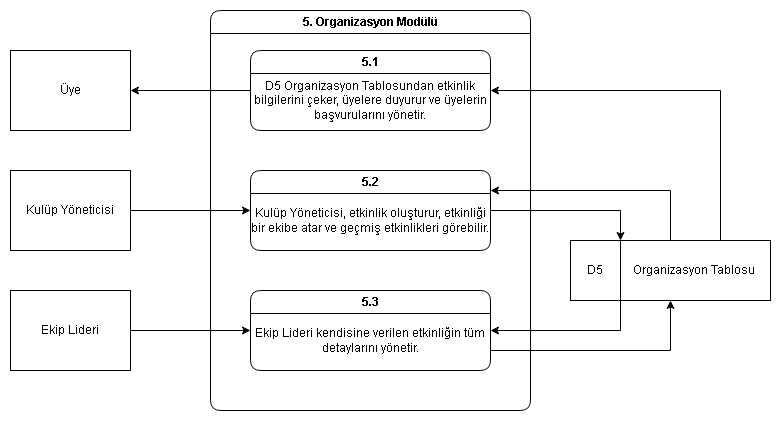
The draw.io diagram diagrams/vad2/vad2.5.drawio.png in furkanvka/Club-management-system, before a commit. Source tidied: cells renumbered, new cells last; positions are measured from the earlier drawing's top-left corner, leaving out a move shared by most shapes. The source it was exported from:
```xml
<mxGraphModel>
  <root>
    <mxCell id="0" />
    <mxCell id="1" parent="0" />
    <mxCell id="2" value="&lt;span&gt;5. Organizasyon Modülü&lt;/span&gt;" style="swimlane;whiteSpace=wrap;html=1;rounded=1;" parent="1" vertex="1">
      <mxGeometry x="200" width="320" height="400" as="geometry" />
    </mxCell>
    <mxCell id="3" value="5.2" style="swimlane;whiteSpace=wrap;html=1;rounded=1;" parent="2" vertex="1">
      <mxGeometry x="40" y="160" width="240" height="80" as="geometry" />
    </mxCell>
    <mxCell id="4" value="5.3" style="swimlane;whiteSpace=wrap;html=1;rounded=1;" parent="2" vertex="1">
      <mxGeometry x="40" y="280" width="240" height="80" as="geometry" />
    </mxCell>
    <mxCell id="5" value="D5 Organizasyon Tablosundan etkinlik bilgilerini çeker, üyelere duyurur ve üyelerin başvurularını yönetir." style="text;html=1;whiteSpace=wrap;strokeColor=none;fillColor=none;align=center;verticalAlign=middle;rounded=0;" parent="2" vertex="1">
      <mxGeometry x="40" y="60" width="240" height="60" as="geometry" />
    </mxCell>
    <mxCell id="6" value="5.1" style="swimlane;whiteSpace=wrap;html=1;rounded=1;" parent="2" vertex="1">
      <mxGeometry x="40" y="40" width="240" height="80" as="geometry" />
    </mxCell>
    <mxCell id="7" style="edgeStyle=orthogonalEdgeStyle;rounded=0;jettySize=auto;html=1;exitX=0.75;exitY=0;exitDx=0;exitDy=0;entryX=1;entryY=0.5;entryDx=0;entryDy=0;" parent="1" edge="1" source="9" target="6">
      <mxGeometry relative="1" as="geometry" />
    </mxCell>
    <mxCell id="8" style="edgeStyle=orthogonalEdgeStyle;rounded=0;jettySize=auto;html=1;exitX=0.5;exitY=0;exitDx=0;exitDy=0;entryX=1;entryY=0.25;entryDx=0;entryDy=0;" parent="1" edge="1" source="9" target="3">
      <mxGeometry relative="1" as="geometry" />
    </mxCell>
    <mxCell id="9" value="&lt;span style=&quot;white-space: pre;&quot;&gt;&#9;&lt;span style=&quot;white-space: pre;&quot;&gt;&#9;&lt;/span&gt;&lt;/span&gt;Organizasyon Tablosu" style="rounded=0;whiteSpace=wrap;html=1;" parent="1" vertex="1">
      <mxGeometry x="560" y="230" width="200" height="60" as="geometry" />
    </mxCell>
    <mxCell id="10" style="endArrow=none;html=1;rounded=0;entryX=0.25;entryY=0;entryDx=0;entryDy=0;exitX=0.25;exitY=1;exitDx=0;exitDy=0;" parent="1" edge="1" source="9" target="9">
      <mxGeometry relative="1" as="geometry" />
    </mxCell>
    <mxCell id="11" style="edgeStyle=orthogonalEdgeStyle;rounded=0;jettySize=auto;html=1;exitX=1;exitY=1;exitDx=0;exitDy=0;entryX=1;entryY=0.5;entryDx=0;entryDy=0;" parent="1" edge="1" source="12" target="4">
      <mxGeometry relative="1" as="geometry" />
    </mxCell>
    <mxCell id="12" value="D5" style="text;html=1;whiteSpace=wrap;strokeColor=none;fillColor=none;align=center;verticalAlign=middle;rounded=0;" parent="1" vertex="1">
      <mxGeometry x="560" y="230" width="50" height="60" as="geometry" />
    </mxCell>
    <mxCell id="13" style="edgeStyle=orthogonalEdgeStyle;rounded=0;jettySize=auto;html=1;exitX=1;exitY=0.5;exitDx=0;exitDy=0;entryX=0;entryY=0.5;entryDx=0;entryDy=0;" parent="1" edge="1" source="14" target="3">
      <mxGeometry relative="1" as="geometry" />
    </mxCell>
    <mxCell id="14" value="Kulüp Yöneticisi" style="rounded=0;whiteSpace=wrap;html=1;" parent="1" vertex="1">
      <mxGeometry y="160" width="120" height="80" as="geometry" />
    </mxCell>
    <mxCell id="15" style="edgeStyle=orthogonalEdgeStyle;rounded=0;jettySize=auto;html=1;exitX=1;exitY=0.5;exitDx=0;exitDy=0;entryX=0;entryY=0.5;entryDx=0;entryDy=0;" parent="1" edge="1" source="16" target="4">
      <mxGeometry relative="1" as="geometry" />
    </mxCell>
    <mxCell id="16" value="Ekip Lideri" style="rounded=0;whiteSpace=wrap;html=1;" parent="1" vertex="1">
      <mxGeometry y="280" width="120" height="80" as="geometry" />
    </mxCell>
    <mxCell id="17" value="Üye" style="rounded=0;whiteSpace=wrap;html=1;" parent="1" vertex="1">
      <mxGeometry y="40" width="120" height="80" as="geometry" />
    </mxCell>
    <mxCell id="18" value="Kulüp Yöneticisi, etkinlik oluşturur, etkinliği bir ekibe atar ve geçmiş etkinlikleri görebilir." style="text;html=1;whiteSpace=wrap;strokeColor=none;fillColor=none;align=center;verticalAlign=middle;rounded=0;" parent="1" vertex="1">
      <mxGeometry x="240" y="180" width="240" height="60" as="geometry" />
    </mxCell>
    <mxCell id="19" value="Ekip Lideri kendisine verilen etkinliğin tüm detaylarını yönetir." style="text;html=1;whiteSpace=wrap;strokeColor=none;fillColor=none;align=center;verticalAlign=middle;rounded=0;" parent="1" vertex="1">
      <mxGeometry x="240" y="300" width="240" height="60" as="geometry" />
    </mxCell>
    <mxCell id="20" style="edgeStyle=orthogonalEdgeStyle;rounded=0;jettySize=auto;html=1;exitX=0;exitY=0.5;exitDx=0;exitDy=0;entryX=1;entryY=0.5;entryDx=0;entryDy=0;" parent="1" edge="1" source="6" target="17">
      <mxGeometry relative="1" as="geometry" />
    </mxCell>
    <mxCell id="21" style="edgeStyle=orthogonalEdgeStyle;rounded=0;jettySize=auto;html=1;exitX=1;exitY=0.5;exitDx=0;exitDy=0;entryX=0.25;entryY=0;entryDx=0;entryDy=0;" parent="1" edge="1" source="3" target="9">
      <mxGeometry relative="1" as="geometry" />
    </mxCell>
    <mxCell id="22" style="edgeStyle=orthogonalEdgeStyle;rounded=0;jettySize=auto;html=1;exitX=1;exitY=0.75;exitDx=0;exitDy=0;entryX=0.5;entryY=1;entryDx=0;entryDy=0;" parent="1" edge="1" source="4" target="9">
      <mxGeometry relative="1" as="geometry" />
    </mxCell>
  </root>
</mxGraphModel>
```
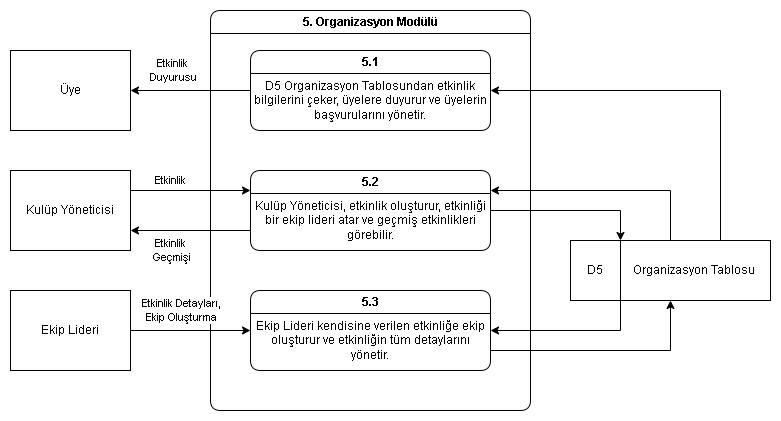
After the commit.

Change to the diagram source:
```diff
@@ -35,35 +35,58 @@
     <mxCell id="12" value="D5" style="text;html=1;whiteSpace=wrap;strokeColor=none;fillColor=none;align=center;verticalAlign=middle;rounded=0;" parent="1" vertex="1">
       <mxGeometry x="560" y="230" width="50" height="60" as="geometry" />
     </mxCell>
-    <mxCell id="13" style="edgeStyle=orthogonalEdgeStyle;rounded=0;jettySize=auto;html=1;exitX=1;exitY=0.5;exitDx=0;exitDy=0;entryX=0;entryY=0.5;entryDx=0;entryDy=0;" parent="1" edge="1" source="14" target="3">
+    <mxCell id="13" style="edgeStyle=orthogonalEdgeStyle;rounded=0;jettySize=auto;html=1;exitX=1;exitY=0.25;exitDx=0;exitDy=0;entryX=0;entryY=0.25;entryDx=0;entryDy=0;" parent="1" edge="1" source="14" target="3">
       <mxGeometry relative="1" as="geometry" />
     </mxCell>
+    <mxCell id="23" value="Etkinlik" style="edgeLabel;html=1;align=center;verticalAlign=middle;" parent="13" vertex="1">
+      <mxGeometry x="-0.44" y="1" relative="1" as="geometry">
+        <mxPoint x="7" y="-9" as="offset" />
+      </mxGeometry>
+    </mxCell>
     <mxCell id="14" value="Kulüp Yöneticisi" style="rounded=0;whiteSpace=wrap;html=1;" parent="1" vertex="1">
       <mxGeometry y="160" width="120" height="80" as="geometry" />
     </mxCell>
     <mxCell id="15" style="edgeStyle=orthogonalEdgeStyle;rounded=0;jettySize=auto;html=1;exitX=1;exitY=0.5;exitDx=0;exitDy=0;entryX=0;entryY=0.5;entryDx=0;entryDy=0;" parent="1" edge="1" source="16" target="4">
       <mxGeometry relative="1" as="geometry" />
     </mxCell>
+    <mxCell id="24" value="Etkinlik Detayları,&lt;br&gt;Ekip Oluşturma" style="edgeLabel;html=1;align=center;verticalAlign=middle;" parent="15" vertex="1">
+      <mxGeometry x="-0.34" y="2" relative="1" as="geometry">
+        <mxPoint x="11" y="-18" as="offset" />
+      </mxGeometry>
+    </mxCell>
     <mxCell id="16" value="Ekip Lideri" style="rounded=0;whiteSpace=wrap;html=1;" parent="1" vertex="1">
       <mxGeometry y="280" width="120" height="80" as="geometry" />
     </mxCell>
     <mxCell id="17" value="Üye" style="rounded=0;whiteSpace=wrap;html=1;" parent="1" vertex="1">
       <mxGeometry y="40" width="120" height="80" as="geometry" />
     </mxCell>
-    <mxCell id="18" value="Kulüp Yöneticisi, etkinlik oluşturur, etkinliği bir ekibe atar ve geçmiş etkinlikleri görebilir." style="text;html=1;whiteSpace=wrap;strokeColor=none;fillColor=none;align=center;verticalAlign=middle;rounded=0;" parent="1" vertex="1">
+    <mxCell id="18" value="Kulüp Yöneticisi, etkinlik oluşturur, etkinliği bir ekip lideri atar ve geçmiş etkinlikleri görebilir." style="text;html=1;whiteSpace=wrap;strokeColor=none;fillColor=none;align=center;verticalAlign=middle;rounded=0;" parent="1" vertex="1">
       <mxGeometry x="240" y="180" width="240" height="60" as="geometry" />
     </mxCell>
-    <mxCell id="19" value="Ekip Lideri kendisine verilen etkinliğin tüm detaylarını yönetir." style="text;html=1;whiteSpace=wrap;strokeColor=none;fillColor=none;align=center;verticalAlign=middle;rounded=0;" parent="1" vertex="1">
+    <mxCell id="19" value="Ekip Lideri kendisine verilen etkinliğe ekip oluşturur ve etkinliğin tüm detaylarını yönetir." style="text;html=1;whiteSpace=wrap;strokeColor=none;fillColor=none;align=center;verticalAlign=middle;rounded=0;" parent="1" vertex="1">
       <mxGeometry x="240" y="300" width="240" height="60" as="geometry" />
     </mxCell>
     <mxCell id="20" style="edgeStyle=orthogonalEdgeStyle;rounded=0;jettySize=auto;html=1;exitX=0;exitY=0.5;exitDx=0;exitDy=0;entryX=1;entryY=0.5;entryDx=0;entryDy=0;" parent="1" edge="1" source="6" target="17">
       <mxGeometry relative="1" as="geometry" />
     </mxCell>
+    <mxCell id="25" value="Etkinlik&amp;nbsp;&lt;div&gt;Duyurusu&lt;/div&gt;" style="edgeLabel;html=1;align=center;verticalAlign=middle;" parent="20" vertex="1">
+      <mxGeometry x="0.28" y="-3" relative="1" as="geometry">
+        <mxPoint y="-17" as="offset" />
+      </mxGeometry>
+    </mxCell>
     <mxCell id="21" style="edgeStyle=orthogonalEdgeStyle;rounded=0;jettySize=auto;html=1;exitX=1;exitY=0.5;exitDx=0;exitDy=0;entryX=0.25;entryY=0;entryDx=0;entryDy=0;" parent="1" edge="1" source="3" target="9">
       <mxGeometry relative="1" as="geometry" />
     </mxCell>
     <mxCell id="22" style="edgeStyle=orthogonalEdgeStyle;rounded=0;jettySize=auto;html=1;exitX=1;exitY=0.75;exitDx=0;exitDy=0;entryX=0.5;entryY=1;entryDx=0;entryDy=0;" parent="1" edge="1" source="4" target="9">
       <mxGeometry relative="1" as="geometry" />
     </mxCell>
+    <mxCell id="26" style="edgeStyle=orthogonalEdgeStyle;rounded=0;jettySize=auto;html=1;exitX=0;exitY=0.75;exitDx=0;exitDy=0;entryX=1;entryY=0.75;entryDx=0;entryDy=0;" parent="1" edge="1" source="3" target="14">
+      <mxGeometry relative="1" as="geometry" />
+    </mxCell>
+    <mxCell id="27" value="Etkinlik&amp;nbsp;&lt;div&gt;Geçmişi&lt;/div&gt;" style="edgeLabel;html=1;align=center;verticalAlign=middle;" parent="26" vertex="1">
+      <mxGeometry x="0.23" y="-2" relative="1" as="geometry">
+        <mxPoint x="-6" y="22" as="offset" />
+      </mxGeometry>
+    </mxCell>
   </root>
 </mxGraphModel>
```
